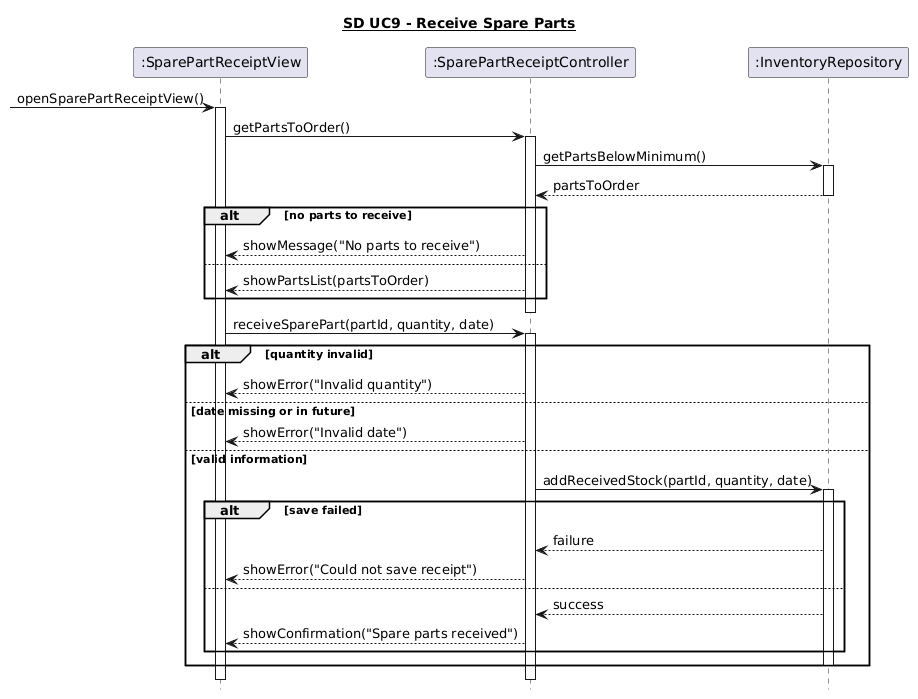
Earlier version of the PlantUML export 6. Sekvensdiagrammer/UC9_opret_reservedele_modtagelse.png (Zoabz/Getting-Real).
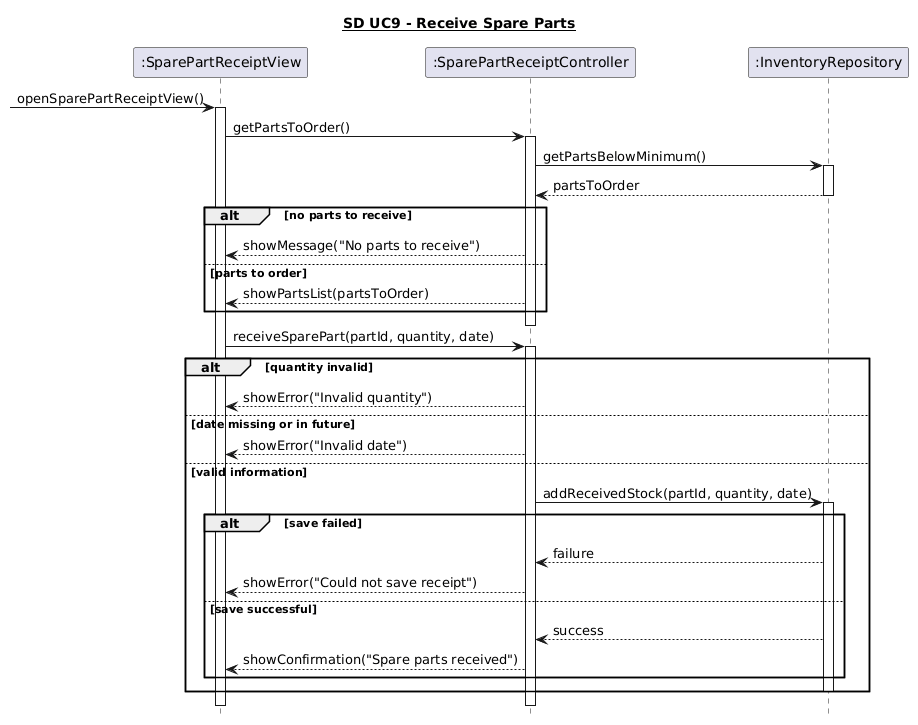
After the change.

The edit, as a diff of the source:
```diff
@@ -20,7 +20,7 @@
 alt no parts to receive
     Controller --> View : showMessage("No parts to receive")
 
-else
+else parts to order
     Controller --> View : showPartsList(partsToOrder)
 end
 
@@ -43,7 +43,7 @@
         Repository --> Controller : failure
         Controller --> View : showError("Could not save receipt")
 
-    else
+    else save successful
         Repository --> Controller : success
         Controller --> View : showConfirmation("Spare parts received")
     end
```
